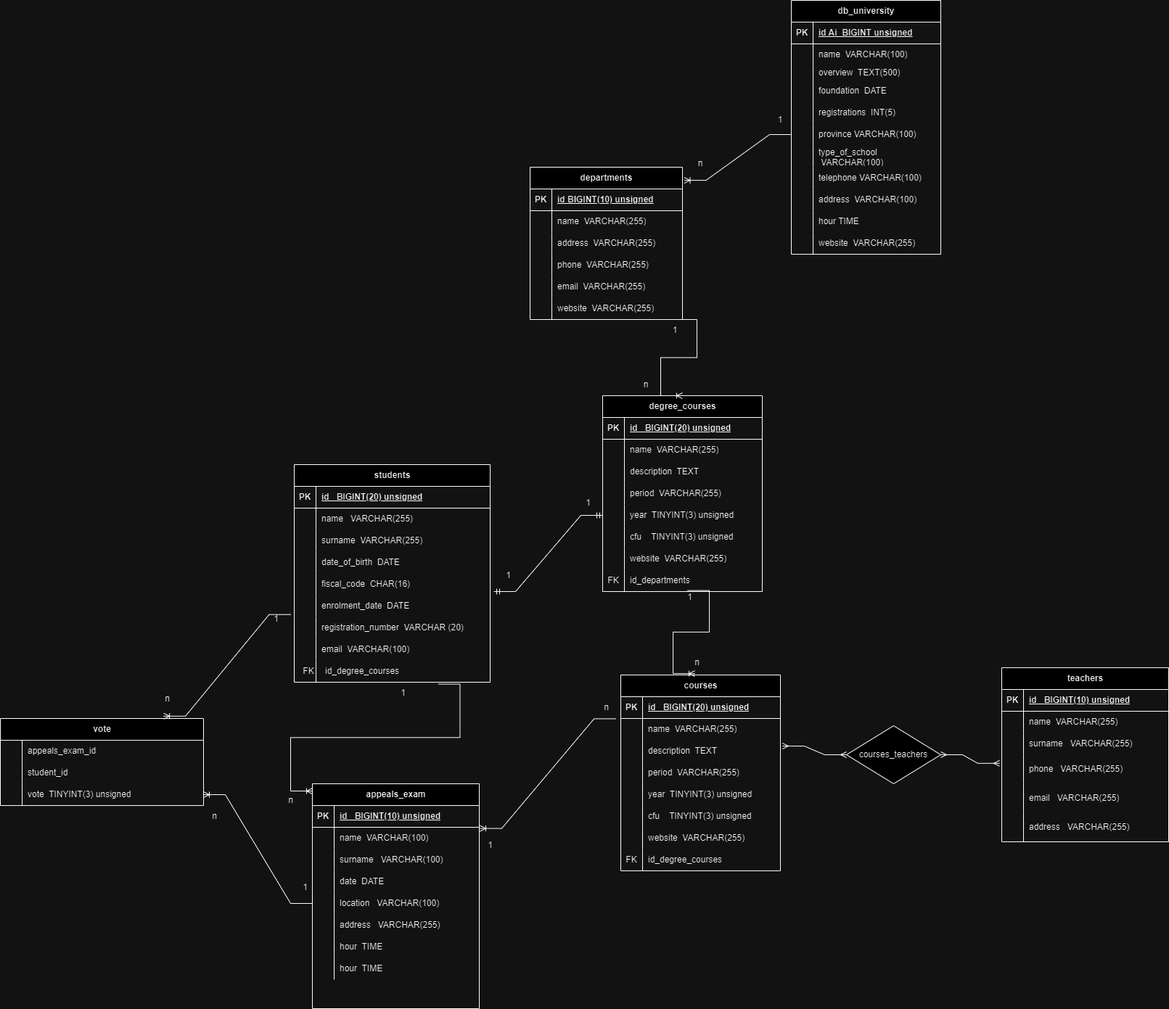
AugustoM94/db-university keeps this draw.io diagram as db_university.drawio.png. Above is the earlier version. Source tidied: cells renumbered, new cells last; positions are measured from the earlier drawing's top-left corner, leaving out a move shared by most shapes.
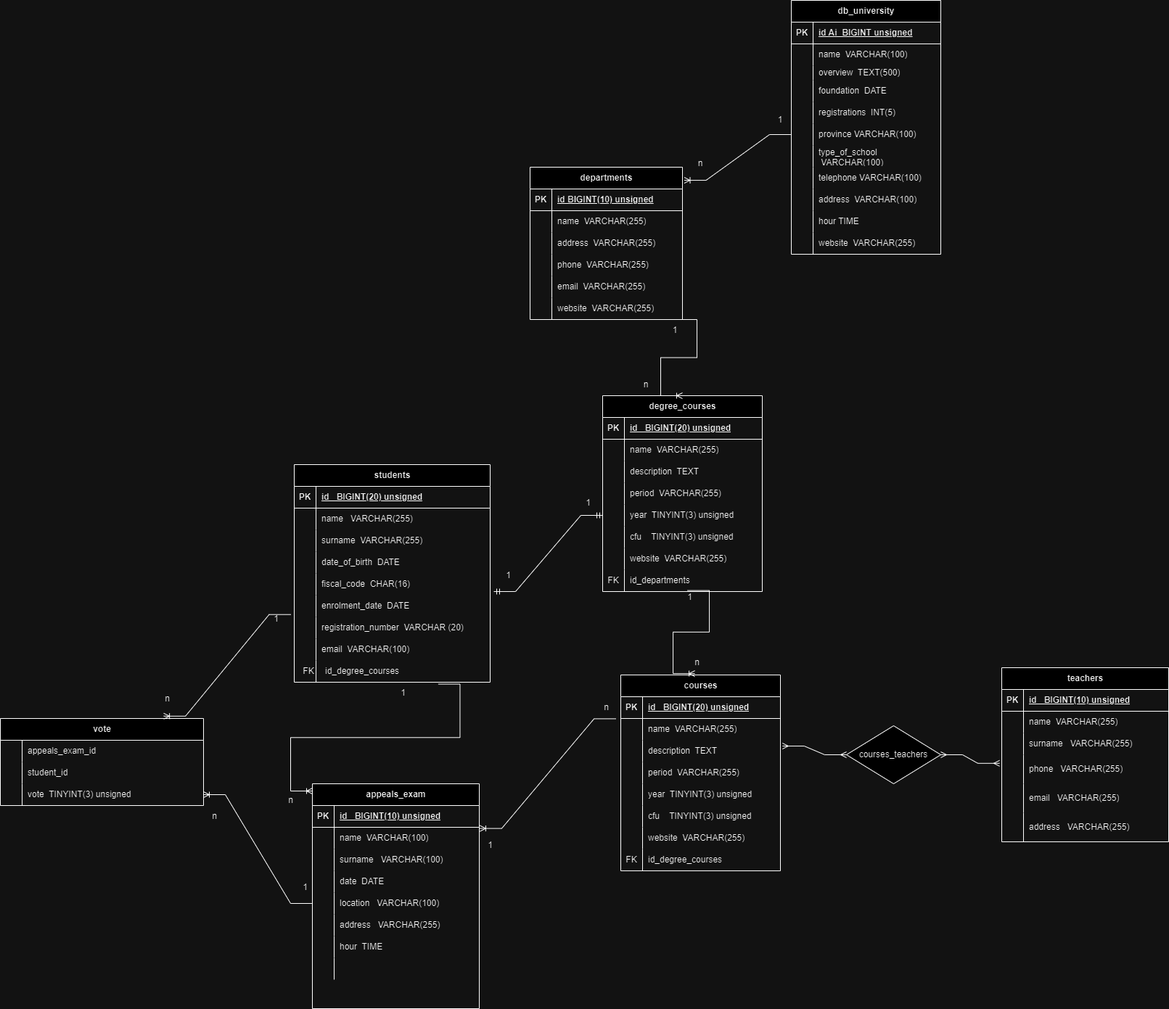
After the change.

Commit message:
fix on table appeal

Diff of the diagram source:
```diff
@@ -394,7 +394,7 @@
     <mxCell id="131" style="shape=partialRectangle;fillColor=none;top=0;left=0;bottom=0;right=0;overflow=hidden;whiteSpace=wrap;html=1;" parent="130" vertex="1">
       <mxGeometry width="30" height="30" as="geometry" />
     </mxCell>
-    <mxCell id="132" value="hour&amp;nbsp; TIME" style="shape=partialRectangle;fillColor=none;top=0;left=0;bottom=0;right=0;align=left;spacingLeft=6;overflow=hidden;whiteSpace=wrap;html=1;" parent="130" vertex="1">
+    <mxCell id="132" style="shape=partialRectangle;fillColor=none;top=0;left=0;bottom=0;right=0;align=left;spacingLeft=6;overflow=hidden;whiteSpace=wrap;html=1;" parent="130" vertex="1">
       <mxGeometry x="30" width="200" height="30" as="geometry" />
     </mxCell>
     <mxCell id="133" value="courses" style="shape=table;startSize=30;rowLines=0;fontStyle=1;align=center;html=1;" parent="1" vertex="1">
```
